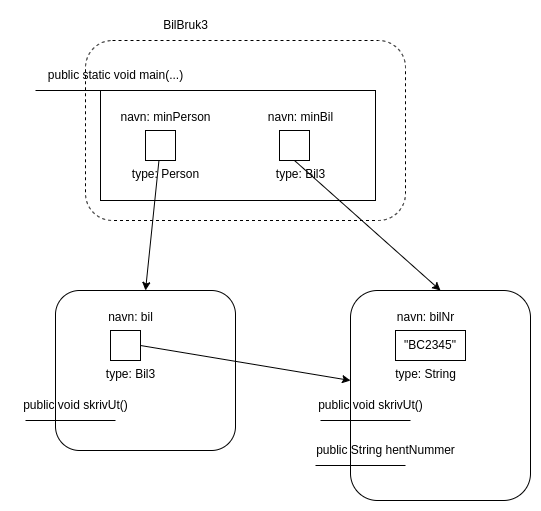
Earlier version of the draw.io export oblig0/datastruktur.png (edward-kng/in1010). Source tidied: cells renumbered, new cells last; positions are measured from the earlier drawing's top-left corner, leaving out a move shared by most shapes. Source of this version:
```xml
<mxGraphModel>
  <root>
    <mxCell id="0" />
    <mxCell id="1" parent="0" />
    <mxCell id="2" style="rounded=1;whiteSpace=wrap;html=1;dashed=1;" parent="1" vertex="1">
      <mxGeometry x="75" y="30" width="320" height="180" as="geometry" />
    </mxCell>
    <mxCell id="3" value="BilBruk3" style="text;html=1;align=center;verticalAlign=middle;strokeColor=none;fillColor=none;" parent="1" vertex="1">
      <mxGeometry x="140" width="70" height="30" as="geometry" />
    </mxCell>
    <mxCell id="4" style="endArrow=none;html=1;rounded=0;" parent="1" edge="1">
      <mxGeometry relative="1" as="geometry">
        <mxPoint x="25" y="80" as="sourcePoint" />
        <mxPoint x="165" y="80" as="targetPoint" />
      </mxGeometry>
    </mxCell>
    <mxCell id="5" value="public static void main(...)" style="text;html=1;align=center;verticalAlign=middle;strokeColor=none;fillColor=none;" parent="1" vertex="1">
      <mxGeometry x="25" y="50" width="160" height="30" as="geometry" />
    </mxCell>
    <mxCell id="6" style="rounded=0;whiteSpace=wrap;html=1;" parent="1" vertex="1">
      <mxGeometry x="90" y="80" width="275" height="110" as="geometry" />
    </mxCell>
    <mxCell id="7" value="navn: minPerson&lt;br&gt;&lt;br&gt;&lt;br&gt;&lt;br&gt;type: Person" style="text;html=1;align=center;verticalAlign=middle;strokeColor=none;fillColor=none;" parent="1" vertex="1">
      <mxGeometry x="100" y="90" width="110" height="90" as="geometry" />
    </mxCell>
    <mxCell id="8" style="whiteSpace=wrap;html=1;" parent="1" vertex="1">
      <mxGeometry x="135" y="120" width="30" height="30" as="geometry" />
    </mxCell>
    <mxCell id="9" value="navn: minBil&lt;br&gt;&lt;br&gt;&lt;br&gt;&lt;br&gt;type: Bil3" style="text;html=1;align=center;verticalAlign=middle;strokeColor=none;fillColor=none;" parent="1" vertex="1">
      <mxGeometry x="245" y="90" width="90" height="90" as="geometry" />
    </mxCell>
    <mxCell id="10" style="whiteSpace=wrap;html=1;" parent="1" vertex="1">
      <mxGeometry x="269" y="120" width="30" height="30" as="geometry" />
    </mxCell>
    <mxCell id="11" style="rounded=1;whiteSpace=wrap;html=1;" parent="1" vertex="1">
      <mxGeometry x="45" y="280" width="180" height="160" as="geometry" />
    </mxCell>
    <mxCell id="12" value="navn: bil&lt;br&gt;&lt;br&gt;&lt;br&gt;&lt;br&gt;type: Bil3" style="text;html=1;align=center;verticalAlign=middle;strokeColor=none;fillColor=none;" parent="1" vertex="1">
      <mxGeometry x="85" y="290" width="70" height="90" as="geometry" />
    </mxCell>
    <mxCell id="13" style="whiteSpace=wrap;html=1;" parent="1" vertex="1">
      <mxGeometry x="100" y="320" width="30" height="30" as="geometry" />
    </mxCell>
    <mxCell id="14" style="endArrow=none;html=1;rounded=0;" parent="1" edge="1">
      <mxGeometry relative="1" as="geometry">
        <mxPoint x="15" y="410" as="sourcePoint" />
        <mxPoint x="105" y="410" as="targetPoint" />
      </mxGeometry>
    </mxCell>
    <mxCell id="15" value="public void skrivUt()" style="text;html=1;align=center;verticalAlign=middle;strokeColor=none;fillColor=none;" parent="1" vertex="1">
      <mxGeometry y="380" width="130" height="30" as="geometry" />
    </mxCell>
    <mxCell id="16" style="rounded=1;whiteSpace=wrap;html=1;" parent="1" vertex="1">
      <mxGeometry x="340" y="280" width="180" height="210" as="geometry" />
    </mxCell>
    <mxCell id="17" value="navn: bilNr&lt;br&gt;&lt;br&gt;&lt;br&gt;&lt;br&gt;type: String" style="text;html=1;align=center;verticalAlign=middle;strokeColor=none;fillColor=none;" parent="1" vertex="1">
      <mxGeometry x="375" y="290" width="80" height="90" as="geometry" />
    </mxCell>
    <mxCell id="18" style="endArrow=none;html=1;rounded=0;" parent="1" edge="1">
      <mxGeometry relative="1" as="geometry">
        <mxPoint x="310" y="410" as="sourcePoint" />
        <mxPoint x="400" y="410" as="targetPoint" />
      </mxGeometry>
    </mxCell>
    <mxCell id="19" value="public void skrivUt()" style="text;html=1;align=center;verticalAlign=middle;strokeColor=none;fillColor=none;" parent="1" vertex="1">
      <mxGeometry x="295" y="380" width="130" height="30" as="geometry" />
    </mxCell>
    <mxCell id="20" style="endArrow=none;html=1;rounded=0;" parent="1" edge="1">
      <mxGeometry relative="1" as="geometry">
        <mxPoint x="305" y="455" as="sourcePoint" />
        <mxPoint x="395" y="455" as="targetPoint" />
      </mxGeometry>
    </mxCell>
    <mxCell id="21" value="public String hentNummer" style="text;html=1;align=center;verticalAlign=middle;strokeColor=none;fillColor=none;" parent="1" vertex="1">
      <mxGeometry x="295" y="425" width="160" height="30" as="geometry" />
    </mxCell>
    <mxCell id="22" value="&quot;BC2345&quot;" style="rounded=0;whiteSpace=wrap;html=1;" parent="1" vertex="1">
      <mxGeometry x="385" y="320" width="70" height="30" as="geometry" />
    </mxCell>
    <mxCell id="23" style="endArrow=classic;html=1;rounded=0;entryX=0.5;entryY=0;entryDx=0;entryDy=0;" parent="1" edge="1" source="8" target="11">
      <mxGeometry relative="1" as="geometry" />
    </mxCell>
    <mxCell id="24" style="endArrow=classic;html=1;rounded=0;exitX=0.5;exitY=1;exitDx=0;exitDy=0;entryX=0.5;entryY=0;entryDx=0;entryDy=0;" parent="1" edge="1" source="10" target="16">
      <mxGeometry relative="1" as="geometry" />
    </mxCell>
    <mxCell id="25" style="endArrow=classic;html=1;rounded=0;exitX=1;exitY=0.5;exitDx=0;exitDy=0;" parent="1" edge="1" source="13" target="16">
      <mxGeometry relative="1" as="geometry" />
    </mxCell>
  </root>
</mxGraphModel>
```
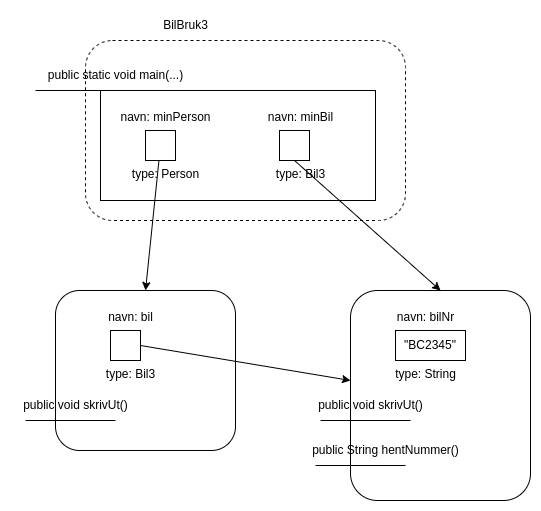
The same diagram one commit later.

Commit message:
Fix missing parentheses in hentNummer method

What changed in the source:
```diff
@@ -71,8 +71,8 @@
         <mxPoint x="395" y="455" as="targetPoint" />
       </mxGeometry>
     </mxCell>
-    <mxCell id="21" value="public String hentNummer" style="text;html=1;align=center;verticalAlign=middle;strokeColor=none;fillColor=none;" parent="1" vertex="1">
-      <mxGeometry x="295" y="425" width="160" height="30" as="geometry" />
+    <mxCell id="21" value="public String hentNummer()" style="text;html=1;align=center;verticalAlign=middle;strokeColor=none;fillColor=none;" parent="1" vertex="1">
+      <mxGeometry x="290" y="425" width="170" height="30" as="geometry" />
     </mxCell>
     <mxCell id="22" value="&quot;BC2345&quot;" style="rounded=0;whiteSpace=wrap;html=1;" parent="1" vertex="1">
       <mxGeometry x="385" y="320" width="70" height="30" as="geometry" />
```
